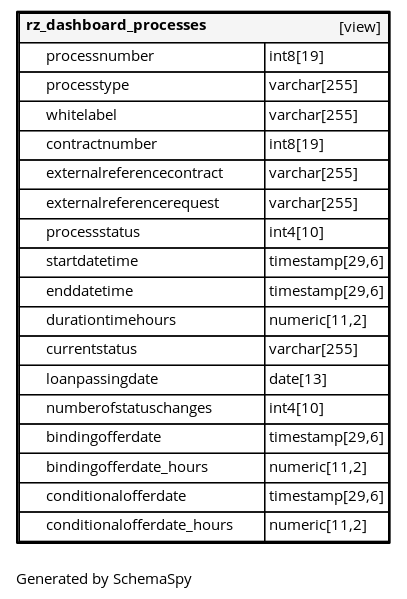
Before: db_standardzone_version01/diagrams/tables/rz_dashboard_processes.1degree.png, a diagram exported from Graphviz (fyndoo/fyndoo.github.io). Its source is kept beside it as db_standardzone_version01/diagrams/tables/rz_dashboard_processes.1degree.dot.
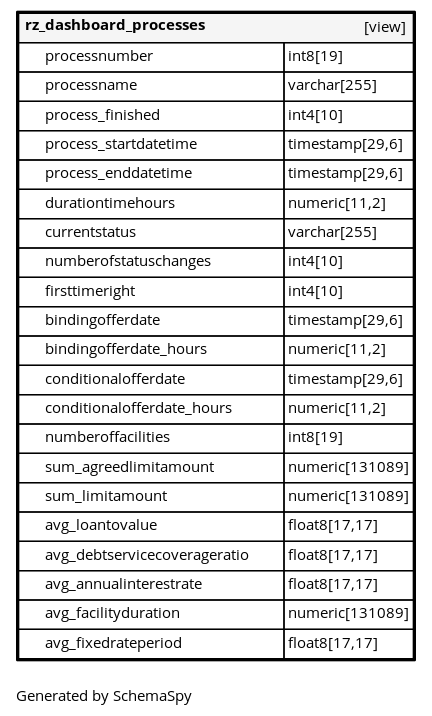
After the commit.

The edit, as a diff of the source:
```diff
@@ -22,23 +22,27 @@
    label=<
     <TABLE BORDER="2" CELLBORDER="1" CELLSPACING="0" BGCOLOR="#ffffff">
       <TR><TD COLSPAN="4"  BGCOLOR="#f5f5f5"><TABLE BORDER="0" CELLSPACING="0"><TR><TD ALIGN="LEFT" FIXEDSIZE="TRUE" WIDTH="143" HEIGHT="16"><B>rz_dashboard_processes</B></TD><TD ALIGN="RIGHT">[view]</TD></TR></TABLE></TD></TR>
-      <TR><TD PORT="processnumber" COLSPAN="2" ALIGN="LEFT"><TABLE BORDER="0" CELLSPACING="0" ALIGN="LEFT"><TR ALIGN="LEFT"><TD ALIGN="LEFT" FIXEDSIZE="TRUE" WIDTH="15" HEIGHT="16"></TD><TD ALIGN="LEFT" FIXEDSIZE="TRUE" WIDTH="163" HEIGHT="16">processnumber</TD></TR></TABLE></TD><TD PORT="processnumber.type" ALIGN="LEFT">int8[19]</TD></TR>
-      <TR><TD PORT="processtype" COLSPAN="2" ALIGN="LEFT"><TABLE BORDER="0" CELLSPACING="0" ALIGN="LEFT"><TR ALIGN="LEFT"><TD ALIGN="LEFT" FIXEDSIZE="TRUE" WIDTH="15" HEIGHT="16"></TD><TD ALIGN="LEFT" FIXEDSIZE="TRUE" WIDTH="163" HEIGHT="16">processtype</TD></TR></TABLE></TD><TD PORT="processtype.type" ALIGN="LEFT">varchar[255]</TD></TR>
-      <TR><TD PORT="whitelabel" COLSPAN="2" ALIGN="LEFT"><TABLE BORDER="0" CELLSPACING="0" ALIGN="LEFT"><TR ALIGN="LEFT"><TD ALIGN="LEFT" FIXEDSIZE="TRUE" WIDTH="15" HEIGHT="16"></TD><TD ALIGN="LEFT" FIXEDSIZE="TRUE" WIDTH="163" HEIGHT="16">whitelabel</TD></TR></TABLE></TD><TD PORT="whitelabel.type" ALIGN="LEFT">varchar[255]</TD></TR>
-      <TR><TD PORT="contractnumber" COLSPAN="2" ALIGN="LEFT"><TABLE BORDER="0" CELLSPACING="0" ALIGN="LEFT"><TR ALIGN="LEFT"><TD ALIGN="LEFT" FIXEDSIZE="TRUE" WIDTH="15" HEIGHT="16"></TD><TD ALIGN="LEFT" FIXEDSIZE="TRUE" WIDTH="163" HEIGHT="16">contractnumber</TD></TR></TABLE></TD><TD PORT="contractnumber.type" ALIGN="LEFT">int8[19]</TD></TR>
-      <TR><TD PORT="externalreferencecontract" COLSPAN="2" ALIGN="LEFT"><TABLE BORDER="0" CELLSPACING="0" ALIGN="LEFT"><TR ALIGN="LEFT"><TD ALIGN="LEFT" FIXEDSIZE="TRUE" WIDTH="15" HEIGHT="16"></TD><TD ALIGN="LEFT" FIXEDSIZE="TRUE" WIDTH="163" HEIGHT="16">externalreferencecontract</TD></TR></TABLE></TD><TD PORT="externalreferencecontract.type" ALIGN="LEFT">varchar[255]</TD></TR>
-      <TR><TD PORT="externalreferencerequest" COLSPAN="2" ALIGN="LEFT"><TABLE BORDER="0" CELLSPACING="0" ALIGN="LEFT"><TR ALIGN="LEFT"><TD ALIGN="LEFT" FIXEDSIZE="TRUE" WIDTH="15" HEIGHT="16"></TD><TD ALIGN="LEFT" FIXEDSIZE="TRUE" WIDTH="163" HEIGHT="16">externalreferencerequest</TD></TR></TABLE></TD><TD PORT="externalreferencerequest.type" ALIGN="LEFT">varchar[255]</TD></TR>
-      <TR><TD PORT="processstatus" COLSPAN="2" ALIGN="LEFT"><TABLE BORDER="0" CELLSPACING="0" ALIGN="LEFT"><TR ALIGN="LEFT"><TD ALIGN="LEFT" FIXEDSIZE="TRUE" WIDTH="15" HEIGHT="16"></TD><TD ALIGN="LEFT" FIXEDSIZE="TRUE" WIDTH="163" HEIGHT="16">processstatus</TD></TR></TABLE></TD><TD PORT="processstatus.type" ALIGN="LEFT">int4[10]</TD></TR>
-      <TR><TD PORT="startdatetime" COLSPAN="2" ALIGN="LEFT"><TABLE BORDER="0" CELLSPACING="0" ALIGN="LEFT"><TR ALIGN="LEFT"><TD ALIGN="LEFT" FIXEDSIZE="TRUE" WIDTH="15" HEIGHT="16"></TD><TD ALIGN="LEFT" FIXEDSIZE="TRUE" WIDTH="163" HEIGHT="16">startdatetime</TD></TR></TABLE></TD><TD PORT="startdatetime.type" ALIGN="LEFT">timestamp[29,6]</TD></TR>
-      <TR><TD PORT="enddatetime" COLSPAN="2" ALIGN="LEFT"><TABLE BORDER="0" CELLSPACING="0" ALIGN="LEFT"><TR ALIGN="LEFT"><TD ALIGN="LEFT" FIXEDSIZE="TRUE" WIDTH="15" HEIGHT="16"></TD><TD ALIGN="LEFT" FIXEDSIZE="TRUE" WIDTH="163" HEIGHT="16">enddatetime</TD></TR></TABLE></TD><TD PORT="enddatetime.type" ALIGN="LEFT">timestamp[29,6]</TD></TR>
-      <TR><TD PORT="durationtimehours" COLSPAN="2" ALIGN="LEFT"><TABLE BORDER="0" CELLSPACING="0" ALIGN="LEFT"><TR ALIGN="LEFT"><TD ALIGN="LEFT" FIXEDSIZE="TRUE" WIDTH="15" HEIGHT="16"></TD><TD ALIGN="LEFT" FIXEDSIZE="TRUE" WIDTH="163" HEIGHT="16">durationtimehours</TD></TR></TABLE></TD><TD PORT="durationtimehours.type" ALIGN="LEFT">numeric[11,2]</TD></TR>
-      <TR><TD PORT="currentstatus" COLSPAN="2" ALIGN="LEFT"><TABLE BORDER="0" CELLSPACING="0" ALIGN="LEFT"><TR ALIGN="LEFT"><TD ALIGN="LEFT" FIXEDSIZE="TRUE" WIDTH="15" HEIGHT="16"></TD><TD ALIGN="LEFT" FIXEDSIZE="TRUE" WIDTH="163" HEIGHT="16">currentstatus</TD></TR></TABLE></TD><TD PORT="currentstatus.type" ALIGN="LEFT">varchar[255]</TD></TR>
-      <TR><TD PORT="loanpassingdate" COLSPAN="2" ALIGN="LEFT"><TABLE BORDER="0" CELLSPACING="0" ALIGN="LEFT"><TR ALIGN="LEFT"><TD ALIGN="LEFT" FIXEDSIZE="TRUE" WIDTH="15" HEIGHT="16"></TD><TD ALIGN="LEFT" FIXEDSIZE="TRUE" WIDTH="163" HEIGHT="16">loanpassingdate</TD></TR></TABLE></TD><TD PORT="loanpassingdate.type" ALIGN="LEFT">date[13]</TD></TR>
-      <TR><TD PORT="numberofstatuschanges" COLSPAN="2" ALIGN="LEFT"><TABLE BORDER="0" CELLSPACING="0" ALIGN="LEFT"><TR ALIGN="LEFT"><TD ALIGN="LEFT" FIXEDSIZE="TRUE" WIDTH="15" HEIGHT="16"></TD><TD ALIGN="LEFT" FIXEDSIZE="TRUE" WIDTH="163" HEIGHT="16">numberofstatuschanges</TD></TR></TABLE></TD><TD PORT="numberofstatuschanges.type" ALIGN="LEFT">int4[10]</TD></TR>
-      <TR><TD PORT="bindingofferdate" COLSPAN="2" ALIGN="LEFT"><TABLE BORDER="0" CELLSPACING="0" ALIGN="LEFT"><TR ALIGN="LEFT"><TD ALIGN="LEFT" FIXEDSIZE="TRUE" WIDTH="15" HEIGHT="16"></TD><TD ALIGN="LEFT" FIXEDSIZE="TRUE" WIDTH="163" HEIGHT="16">bindingofferdate</TD></TR></TABLE></TD><TD PORT="bindingofferdate.type" ALIGN="LEFT">timestamp[29,6]</TD></TR>
-      <TR><TD PORT="bindingofferdate_hours" COLSPAN="2" ALIGN="LEFT"><TABLE BORDER="0" CELLSPACING="0" ALIGN="LEFT"><TR ALIGN="LEFT"><TD ALIGN="LEFT" FIXEDSIZE="TRUE" WIDTH="15" HEIGHT="16"></TD><TD ALIGN="LEFT" FIXEDSIZE="TRUE" WIDTH="163" HEIGHT="16">bindingofferdate_hours</TD></TR></TABLE></TD><TD PORT="bindingofferdate_hours.type" ALIGN="LEFT">numeric[11,2]</TD></TR>
-      <TR><TD PORT="conditionalofferdate" COLSPAN="2" ALIGN="LEFT"><TABLE BORDER="0" CELLSPACING="0" ALIGN="LEFT"><TR ALIGN="LEFT"><TD ALIGN="LEFT" FIXEDSIZE="TRUE" WIDTH="15" HEIGHT="16"></TD><TD ALIGN="LEFT" FIXEDSIZE="TRUE" WIDTH="163" HEIGHT="16">conditionalofferdate</TD></TR></TABLE></TD><TD PORT="conditionalofferdate.type" ALIGN="LEFT">timestamp[29,6]</TD></TR>
-      <TR><TD PORT="conditionalofferdate_hours" COLSPAN="2" ALIGN="LEFT"><TABLE BORDER="0" CELLSPACING="0" ALIGN="LEFT"><TR ALIGN="LEFT"><TD ALIGN="LEFT" FIXEDSIZE="TRUE" WIDTH="15" HEIGHT="16"></TD><TD ALIGN="LEFT" FIXEDSIZE="TRUE" WIDTH="163" HEIGHT="16">conditionalofferdate_hours</TD></TR></TABLE></TD><TD PORT="conditionalofferdate_hours.type" ALIGN="LEFT">numeric[11,2]</TD></TR>
+      <TR><TD PORT="processnumber" COLSPAN="2" ALIGN="LEFT"><TABLE BORDER="0" CELLSPACING="0" ALIGN="LEFT"><TR ALIGN="LEFT"><TD ALIGN="LEFT" FIXEDSIZE="TRUE" WIDTH="15" HEIGHT="16"></TD><TD ALIGN="LEFT" FIXEDSIZE="TRUE" WIDTH="178" HEIGHT="16">processnumber</TD></TR></TABLE></TD><TD PORT="processnumber.type" ALIGN="LEFT">int8[19]</TD></TR>
+      <TR><TD PORT="processname" COLSPAN="2" ALIGN="LEFT"><TABLE BORDER="0" CELLSPACING="0" ALIGN="LEFT"><TR ALIGN="LEFT"><TD ALIGN="LEFT" FIXEDSIZE="TRUE" WIDTH="15" HEIGHT="16"></TD><TD ALIGN="LEFT" FIXEDSIZE="TRUE" WIDTH="178" HEIGHT="16">processname</TD></TR></TABLE></TD><TD PORT="processname.type" ALIGN="LEFT">varchar[255]</TD></TR>
+      <TR><TD PORT="process_finished" COLSPAN="2" ALIGN="LEFT"><TABLE BORDER="0" CELLSPACING="0" ALIGN="LEFT"><TR ALIGN="LEFT"><TD ALIGN="LEFT" FIXEDSIZE="TRUE" WIDTH="15" HEIGHT="16"></TD><TD ALIGN="LEFT" FIXEDSIZE="TRUE" WIDTH="178" HEIGHT="16">process_finished</TD></TR></TABLE></TD><TD PORT="process_finished.type" ALIGN="LEFT">int4[10]</TD></TR>
+      <TR><TD PORT="process_startdatetime" COLSPAN="2" ALIGN="LEFT"><TABLE BORDER="0" CELLSPACING="0" ALIGN="LEFT"><TR ALIGN="LEFT"><TD ALIGN="LEFT" FIXEDSIZE="TRUE" WIDTH="15" HEIGHT="16"></TD><TD ALIGN="LEFT" FIXEDSIZE="TRUE" WIDTH="178" HEIGHT="16">process_startdatetime</TD></TR></TABLE></TD><TD PORT="process_startdatetime.type" ALIGN="LEFT">timestamp[29,6]</TD></TR>
+      <TR><TD PORT="process_enddatetime" COLSPAN="2" ALIGN="LEFT"><TABLE BORDER="0" CELLSPACING="0" ALIGN="LEFT"><TR ALIGN="LEFT"><TD ALIGN="LEFT" FIXEDSIZE="TRUE" WIDTH="15" HEIGHT="16"></TD><TD ALIGN="LEFT" FIXEDSIZE="TRUE" WIDTH="178" HEIGHT="16">process_enddatetime</TD></TR></TABLE></TD><TD PORT="process_enddatetime.type" ALIGN="LEFT">timestamp[29,6]</TD></TR>
+      <TR><TD PORT="durationtimehours" COLSPAN="2" ALIGN="LEFT"><TABLE BORDER="0" CELLSPACING="0" ALIGN="LEFT"><TR ALIGN="LEFT"><TD ALIGN="LEFT" FIXEDSIZE="TRUE" WIDTH="15" HEIGHT="16"></TD><TD ALIGN="LEFT" FIXEDSIZE="TRUE" WIDTH="178" HEIGHT="16">durationtimehours</TD></TR></TABLE></TD><TD PORT="durationtimehours.type" ALIGN="LEFT">numeric[11,2]</TD></TR>
+      <TR><TD PORT="currentstatus" COLSPAN="2" ALIGN="LEFT"><TABLE BORDER="0" CELLSPACING="0" ALIGN="LEFT"><TR ALIGN="LEFT"><TD ALIGN="LEFT" FIXEDSIZE="TRUE" WIDTH="15" HEIGHT="16"></TD><TD ALIGN="LEFT" FIXEDSIZE="TRUE" WIDTH="178" HEIGHT="16">currentstatus</TD></TR></TABLE></TD><TD PORT="currentstatus.type" ALIGN="LEFT">varchar[255]</TD></TR>
+      <TR><TD PORT="numberofstatuschanges" COLSPAN="2" ALIGN="LEFT"><TABLE BORDER="0" CELLSPACING="0" ALIGN="LEFT"><TR ALIGN="LEFT"><TD ALIGN="LEFT" FIXEDSIZE="TRUE" WIDTH="15" HEIGHT="16"></TD><TD ALIGN="LEFT" FIXEDSIZE="TRUE" WIDTH="178" HEIGHT="16">numberofstatuschanges</TD></TR></TABLE></TD><TD PORT="numberofstatuschanges.type" ALIGN="LEFT">int4[10]</TD></TR>
+      <TR><TD PORT="firsttimeright" COLSPAN="2" ALIGN="LEFT"><TABLE BORDER="0" CELLSPACING="0" ALIGN="LEFT"><TR ALIGN="LEFT"><TD ALIGN="LEFT" FIXEDSIZE="TRUE" WIDTH="15" HEIGHT="16"></TD><TD ALIGN="LEFT" FIXEDSIZE="TRUE" WIDTH="178" HEIGHT="16">firsttimeright</TD></TR></TABLE></TD><TD PORT="firsttimeright.type" ALIGN="LEFT">int4[10]</TD></TR>
+      <TR><TD PORT="bindingofferdate" COLSPAN="2" ALIGN="LEFT"><TABLE BORDER="0" CELLSPACING="0" ALIGN="LEFT"><TR ALIGN="LEFT"><TD ALIGN="LEFT" FIXEDSIZE="TRUE" WIDTH="15" HEIGHT="16"></TD><TD ALIGN="LEFT" FIXEDSIZE="TRUE" WIDTH="178" HEIGHT="16">bindingofferdate</TD></TR></TABLE></TD><TD PORT="bindingofferdate.type" ALIGN="LEFT">timestamp[29,6]</TD></TR>
+      <TR><TD PORT="bindingofferdate_hours" COLSPAN="2" ALIGN="LEFT"><TABLE BORDER="0" CELLSPACING="0" ALIGN="LEFT"><TR ALIGN="LEFT"><TD ALIGN="LEFT" FIXEDSIZE="TRUE" WIDTH="15" HEIGHT="16"></TD><TD ALIGN="LEFT" FIXEDSIZE="TRUE" WIDTH="178" HEIGHT="16">bindingofferdate_hours</TD></TR></TABLE></TD><TD PORT="bindingofferdate_hours.type" ALIGN="LEFT">numeric[11,2]</TD></TR>
+      <TR><TD PORT="conditionalofferdate" COLSPAN="2" ALIGN="LEFT"><TABLE BORDER="0" CELLSPACING="0" ALIGN="LEFT"><TR ALIGN="LEFT"><TD ALIGN="LEFT" FIXEDSIZE="TRUE" WIDTH="15" HEIGHT="16"></TD><TD ALIGN="LEFT" FIXEDSIZE="TRUE" WIDTH="178" HEIGHT="16">conditionalofferdate</TD></TR></TABLE></TD><TD PORT="conditionalofferdate.type" ALIGN="LEFT">timestamp[29,6]</TD></TR>
+      <TR><TD PORT="conditionalofferdate_hours" COLSPAN="2" ALIGN="LEFT"><TABLE BORDER="0" CELLSPACING="0" ALIGN="LEFT"><TR ALIGN="LEFT"><TD ALIGN="LEFT" FIXEDSIZE="TRUE" WIDTH="15" HEIGHT="16"></TD><TD ALIGN="LEFT" FIXEDSIZE="TRUE" WIDTH="178" HEIGHT="16">conditionalofferdate_hours</TD></TR></TABLE></TD><TD PORT="conditionalofferdate_hours.type" ALIGN="LEFT">numeric[11,2]</TD></TR>
+      <TR><TD PORT="numberoffacilities" COLSPAN="2" ALIGN="LEFT"><TABLE BORDER="0" CELLSPACING="0" ALIGN="LEFT"><TR ALIGN="LEFT"><TD ALIGN="LEFT" FIXEDSIZE="TRUE" WIDTH="15" HEIGHT="16"></TD><TD ALIGN="LEFT" FIXEDSIZE="TRUE" WIDTH="178" HEIGHT="16">numberoffacilities</TD></TR></TABLE></TD><TD PORT="numberoffacilities.type" ALIGN="LEFT">int8[19]</TD></TR>
+      <TR><TD PORT="sum_agreedlimitamount" COLSPAN="2" ALIGN="LEFT"><TABLE BORDER="0" CELLSPACING="0" ALIGN="LEFT"><TR ALIGN="LEFT"><TD ALIGN="LEFT" FIXEDSIZE="TRUE" WIDTH="15" HEIGHT="16"></TD><TD ALIGN="LEFT" FIXEDSIZE="TRUE" WIDTH="178" HEIGHT="16">sum_agreedlimitamount</TD></TR></TABLE></TD><TD PORT="sum_agreedlimitamount.type" ALIGN="LEFT">numeric[131089]</TD></TR>
+      <TR><TD PORT="sum_limitamount" COLSPAN="2" ALIGN="LEFT"><TABLE BORDER="0" CELLSPACING="0" ALIGN="LEFT"><TR ALIGN="LEFT"><TD ALIGN="LEFT" FIXEDSIZE="TRUE" WIDTH="15" HEIGHT="16"></TD><TD ALIGN="LEFT" FIXEDSIZE="TRUE" WIDTH="178" HEIGHT="16">sum_limitamount</TD></TR></TABLE></TD><TD PORT="sum_limitamount.type" ALIGN="LEFT">numeric[131089]</TD></TR>
+      <TR><TD PORT="avg_loantovalue" COLSPAN="2" ALIGN="LEFT"><TABLE BORDER="0" CELLSPACING="0" ALIGN="LEFT"><TR ALIGN="LEFT"><TD ALIGN="LEFT" FIXEDSIZE="TRUE" WIDTH="15" HEIGHT="16"></TD><TD ALIGN="LEFT" FIXEDSIZE="TRUE" WIDTH="178" HEIGHT="16">avg_loantovalue</TD></TR></TABLE></TD><TD PORT="avg_loantovalue.type" ALIGN="LEFT">float8[17,17]</TD></TR>
+      <TR><TD PORT="avg_debtservicecoverageratio" COLSPAN="2" ALIGN="LEFT"><TABLE BORDER="0" CELLSPACING="0" ALIGN="LEFT"><TR ALIGN="LEFT"><TD ALIGN="LEFT" FIXEDSIZE="TRUE" WIDTH="15" HEIGHT="16"></TD><TD ALIGN="LEFT" FIXEDSIZE="TRUE" WIDTH="178" HEIGHT="16">avg_debtservicecoverageratio</TD></TR></TABLE></TD><TD PORT="avg_debtservicecoverageratio.type" ALIGN="LEFT">float8[17,17]</TD></TR>
+      <TR><TD PORT="avg_annualinterestrate" COLSPAN="2" ALIGN="LEFT"><TABLE BORDER="0" CELLSPACING="0" ALIGN="LEFT"><TR ALIGN="LEFT"><TD ALIGN="LEFT" FIXEDSIZE="TRUE" WIDTH="15" HEIGHT="16"></TD><TD ALIGN="LEFT" FIXEDSIZE="TRUE" WIDTH="178" HEIGHT="16">avg_annualinterestrate</TD></TR></TABLE></TD><TD PORT="avg_annualinterestrate.type" ALIGN="LEFT">float8[17,17]</TD></TR>
+      <TR><TD PORT="avg_facilityduration" COLSPAN="2" ALIGN="LEFT"><TABLE BORDER="0" CELLSPACING="0" ALIGN="LEFT"><TR ALIGN="LEFT"><TD ALIGN="LEFT" FIXEDSIZE="TRUE" WIDTH="15" HEIGHT="16"></TD><TD ALIGN="LEFT" FIXEDSIZE="TRUE" WIDTH="178" HEIGHT="16">avg_facilityduration</TD></TR></TABLE></TD><TD PORT="avg_facilityduration.type" ALIGN="LEFT">numeric[131089]</TD></TR>
+      <TR><TD PORT="avg_fixedrateperiod" COLSPAN="2" ALIGN="LEFT"><TABLE BORDER="0" CELLSPACING="0" ALIGN="LEFT"><TR ALIGN="LEFT"><TD ALIGN="LEFT" FIXEDSIZE="TRUE" WIDTH="15" HEIGHT="16"></TD><TD ALIGN="LEFT" FIXEDSIZE="TRUE" WIDTH="178" HEIGHT="16">avg_fixedrateperiod</TD></TR></TABLE></TD><TD PORT="avg_fixedrateperiod.type" ALIGN="LEFT">float8[17,17]</TD></TR>
     </TABLE>>
     URL="rz_dashboard_processes.html"
     target="_top"
```
